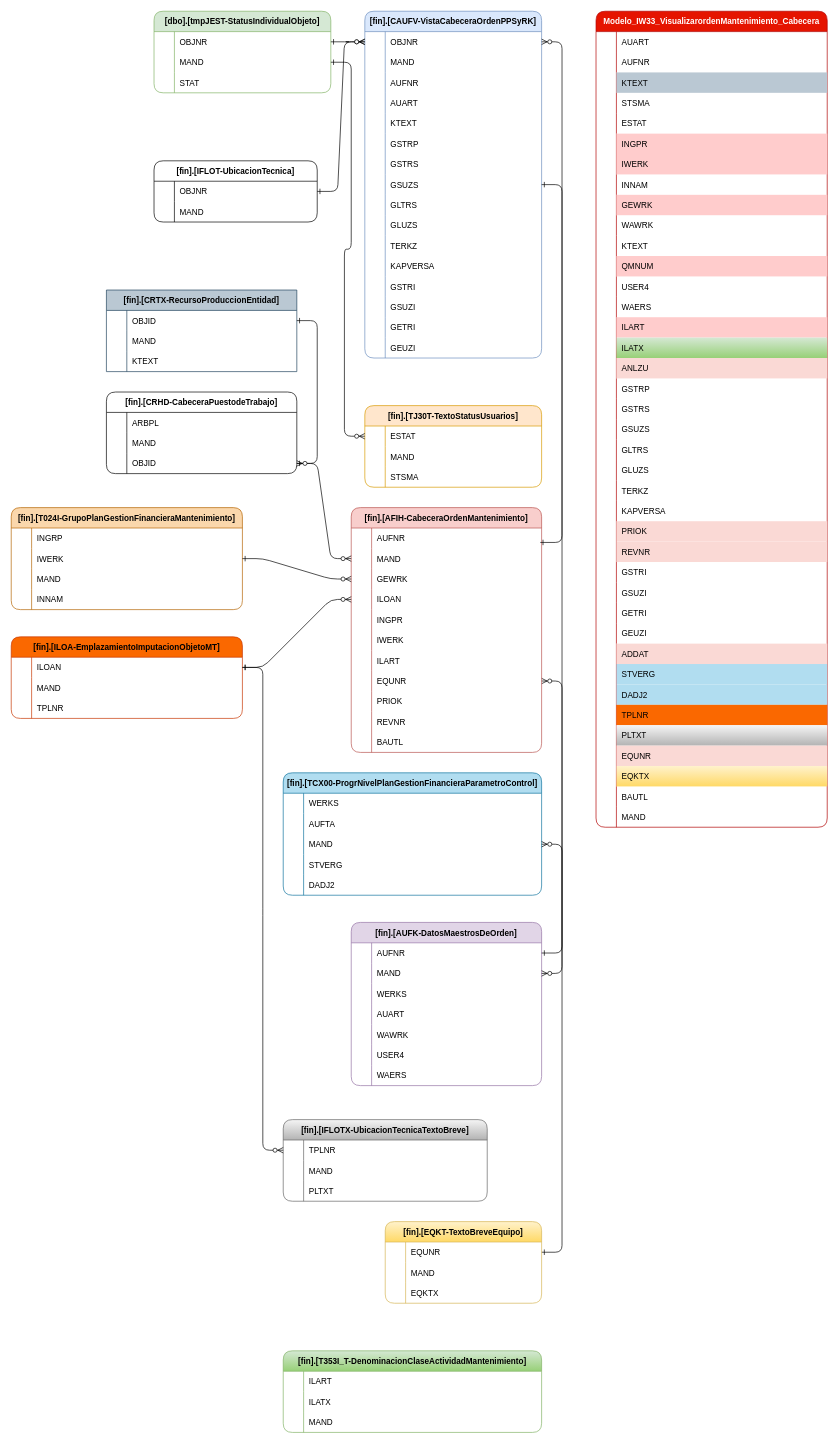
Before: IW33_Cabecera.drawio in ale230131/ale230131, a draw.io diagram. Source tidied: cells renumbered, new cells numbered last; positions are measured from the earlier drawing's top-left corner, leaving out a move shared by most shapes. Both pictures are drawn from the tidied source at 68%, with x=0, y=0 at pixel (11, 11).
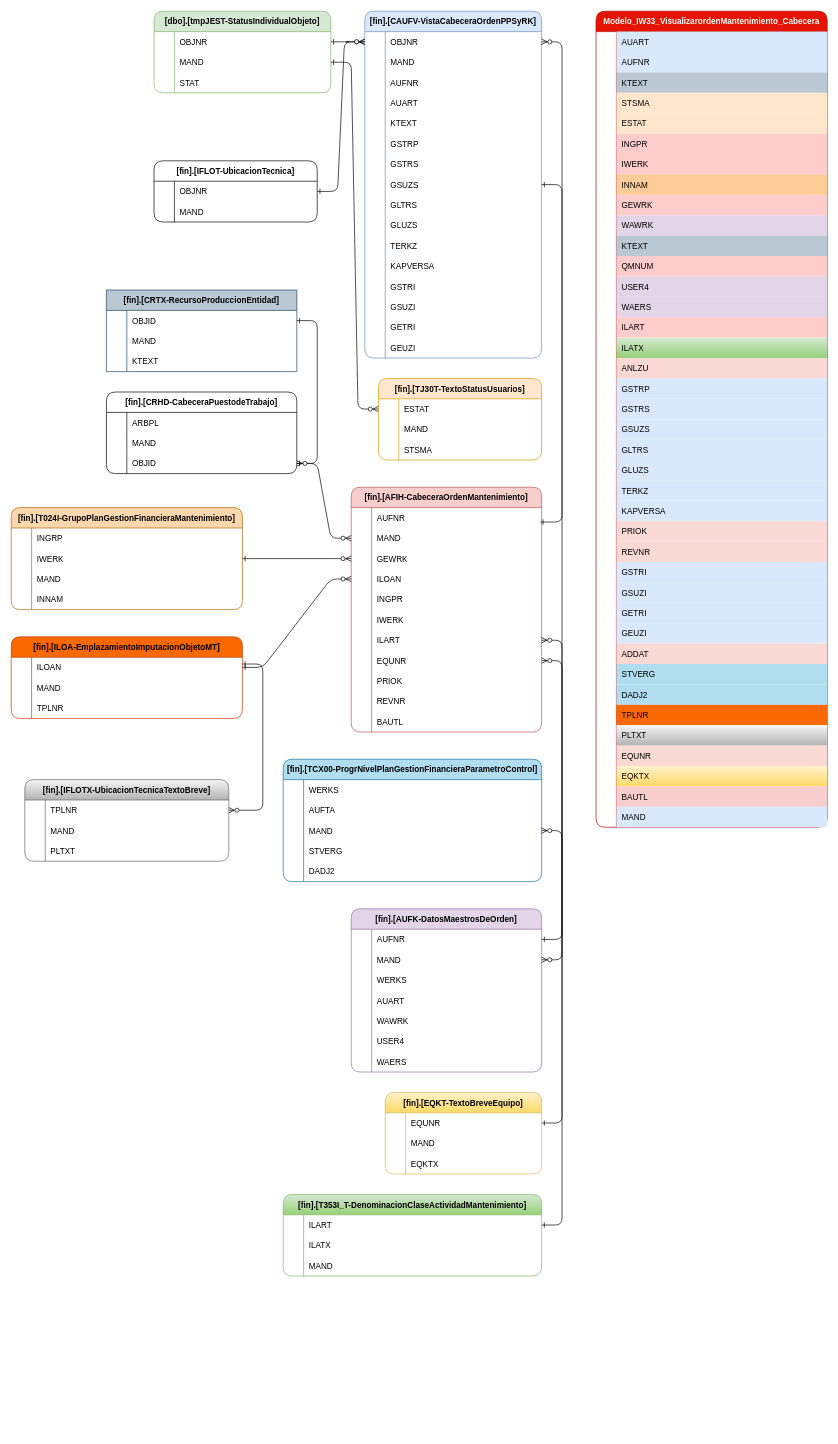
Above is the later version.

The change refers to these unchanged cells:
```xml
<mxCell id="4" style="shape=tableRow;horizontal=0;startSize=0;swimlaneHead=0;swimlaneBody=0;fillColor=none;strokeColor=inherit;top=0;left=0;right=0;bottom=0;" parent="3" vertex="1">
<mxCell id="7" style="shape=tableRow;horizontal=0;startSize=0;swimlaneHead=0;swimlaneBody=0;fillColor=none;strokeColor=inherit;top=0;left=0;right=0;bottom=0;" parent="3" vertex="1">
<mxCell id="13" style="shape=tableRow;horizontal=0;startSize=0;swimlaneHead=0;swimlaneBody=0;fillColor=none;strokeColor=inherit;top=0;left=0;right=0;bottom=0;" parent="3" vertex="1">
<mxCell id="16" style="shape=tableRow;horizontal=0;startSize=0;swimlaneHead=0;swimlaneBody=0;fillColor=none;strokeColor=inherit;top=0;left=0;right=0;bottom=0;" parent="3" vertex="1">
<mxCell id="25" style="shape=tableRow;horizontal=0;startSize=0;swimlaneHead=0;swimlaneBody=0;fillColor=none;strokeColor=inherit;top=0;left=0;right=0;bottom=0;" parent="3" vertex="1">
<mxCell id="31" style="shape=tableRow;horizontal=0;startSize=0;swimlaneHead=0;swimlaneBody=0;fillColor=none;strokeColor=inherit;top=0;left=0;right=0;bottom=0;" parent="3" vertex="1">
<mxCell id="34" style="shape=tableRow;horizontal=0;startSize=0;swimlaneHead=0;swimlaneBody=0;fillColor=none;strokeColor=inherit;top=0;left=0;right=0;bottom=0;" parent="3" vertex="1">
<mxCell id="40" style="shape=tableRow;horizontal=0;startSize=0;swimlaneHead=0;swimlaneBody=0;fillColor=none;strokeColor=inherit;top=0;left=0;right=0;bottom=0;" parent="3" vertex="1">
<mxCell id="43" style="shape=tableRow;horizontal=0;startSize=0;swimlaneHead=0;swimlaneBody=0;fillColor=none;strokeColor=inherit;top=0;left=0;right=0;bottom=0;" parent="3" vertex="1">
<mxCell id="55" style="shape=tableRow;horizontal=0;startSize=0;swimlaneHead=0;swimlaneBody=0;fillColor=none;strokeColor=inherit;top=0;left=0;right=0;bottom=0;" parent="3" vertex="1">
<mxCell id="58" style="shape=tableRow;horizontal=0;startSize=0;swimlaneHead=0;swimlaneBody=0;fillColor=none;strokeColor=inherit;top=0;left=0;right=0;bottom=0;" parent="3" vertex="1">
<mxCell id="61" style="shape=tableRow;horizontal=0;startSize=0;swimlaneHead=0;swimlaneBody=0;fillColor=none;strokeColor=inherit;top=0;left=0;right=0;bottom=0;" parent="3" vertex="1">
<mxCell id="64" style="shape=tableRow;horizontal=0;startSize=0;swimlaneHead=0;swimlaneBody=0;fillColor=none;strokeColor=inherit;top=0;left=0;right=0;bottom=0;" parent="3" vertex="1">
<mxCell id="67" style="shape=tableRow;horizontal=0;startSize=0;swimlaneHead=0;swimlaneBody=0;fillColor=none;strokeColor=inherit;top=0;left=0;right=0;bottom=0;" parent="3" vertex="1">
<mxCell id="70" style="shape=tableRow;horizontal=0;startSize=0;swimlaneHead=0;swimlaneBody=0;fillColor=none;strokeColor=inherit;top=0;left=0;right=0;bottom=0;" parent="3" vertex="1">
<mxCell id="73" style="shape=tableRow;horizontal=0;startSize=0;swimlaneHead=0;swimlaneBody=0;fillColor=none;strokeColor=inherit;top=0;left=0;right=0;bottom=0;" parent="3" vertex="1">
<mxCell id="82" style="shape=tableRow;horizontal=0;startSize=0;swimlaneHead=0;swimlaneBody=0;fillColor=none;strokeColor=inherit;top=0;left=0;right=0;bottom=0;" parent="3" vertex="1">
<mxCell id="85" style="shape=tableRow;horizontal=0;startSize=0;swimlaneHead=0;swimlaneBody=0;fillColor=none;strokeColor=inherit;top=0;left=0;right=0;bottom=0;" parent="3" vertex="1">
<mxCell id="88" style="shape=tableRow;horizontal=0;startSize=0;swimlaneHead=0;swimlaneBody=0;fillColor=none;strokeColor=inherit;top=0;left=0;right=0;bottom=0;" parent="3" vertex="1">
<mxCell id="91" style="shape=tableRow;horizontal=0;startSize=0;swimlaneHead=0;swimlaneBody=0;fillColor=none;strokeColor=inherit;top=0;left=0;right=0;bottom=0;" parent="3" vertex="1">
<mxCell id="115" style="shape=tableRow;horizontal=0;startSize=0;swimlaneHead=0;swimlaneBody=0;fillColor=none;strokeColor=inherit;top=0;left=0;right=0;bottom=0;" parent="3" vertex="1">
<mxCell id="118" style="shape=tableRow;horizontal=0;startSize=0;swimlaneHead=0;swimlaneBody=0;fillColor=none;strokeColor=inherit;top=0;left=0;right=0;bottom=0;" parent="3" vertex="1">
<mxCell id="209" style="shape=tableRow;horizontal=0;startSize=0;swimlaneHead=0;swimlaneBody=0;fillColor=none;points=[[0,0.5],[1,0.5]];portConstraint=eastwest;strokeColor=inherit;top=0;left=0;right=0;bottom=0;rounded=1;" parent="190" vertex="1">
<mxCell id="293" style="shape=tableRow;horizontal=0;startSize=0;swimlaneHead=0;swimlaneBody=0;fillColor=none;points=[[0,0.5],[1,0.5]];portConstraint=eastwest;strokeColor=inherit;top=0;left=0;right=0;bottom=0;" parent="292" vertex="1">
<mxCell id="303" style="shape=tableRow;horizontal=0;startSize=0;swimlaneHead=0;swimlaneBody=0;fillColor=none;points=[[0,0.5],[1,0.5]];portConstraint=eastwest;strokeColor=inherit;top=0;left=0;right=0;bottom=0;" parent="302" vertex="1">
<mxCell id="323" style="shape=tableRow;horizontal=0;startSize=0;swimlaneHead=0;swimlaneBody=0;fillColor=none;points=[[0,0.5],[1,0.5]];portConstraint=eastwest;strokeColor=inherit;top=0;left=0;right=0;bottom=0;" parent="322" vertex="1">
```

The edit, as a diff of the source:
```diff
@@
-    <mxCell id="6" value="AUART" style="shape=partialRectangle;overflow=hidden;fillColor=none;align=left;strokeColor=inherit;top=0;left=0;bottom=0;right=0;spacingLeft=6;" parent="4" vertex="1">
+    <mxCell id="6" value="AUART" style="shape=partialRectangle;overflow=hidden;fillColor=#dae8fc;align=left;strokeColor=#6c8ebf;top=0;left=0;bottom=0;right=0;spacingLeft=6;" parent="4" vertex="1">
       <mxGeometry x="30" width="310" height="30" as="geometry" />
     </mxCell>
@@
-    <mxCell id="9" value="AUFNR" style="shape=partialRectangle;overflow=hidden;fillColor=none;align=left;strokeColor=inherit;top=0;left=0;bottom=0;right=0;spacingLeft=6;" parent="7" vertex="1">
+    <mxCell id="9" value="AUFNR" style="shape=partialRectangle;overflow=hidden;fillColor=#dae8fc;align=left;strokeColor=#6c8ebf;top=0;left=0;bottom=0;right=0;spacingLeft=6;" parent="7" vertex="1">
       <mxGeometry x="30" width="310" height="30" as="geometry" />
     </mxCell>
@@
-    <mxCell id="15" value="STSMA" style="shape=partialRectangle;overflow=hidden;fillColor=none;align=left;strokeColor=inherit;top=0;left=0;bottom=0;right=0;spacingLeft=6;" parent="13" vertex="1">
+    <mxCell id="15" value="STSMA" style="shape=partialRectangle;overflow=hidden;fillColor=#ffe6cc;align=left;strokeColor=#d79b00;top=0;left=0;bottom=0;right=0;spacingLeft=6;" parent="13" vertex="1">
       <mxGeometry x="30" width="310" height="30" as="geometry" />
     </mxCell>
@@
-    <mxCell id="18" value="ESTAT" style="shape=partialRectangle;overflow=hidden;fillColor=none;align=left;strokeColor=inherit;top=0;left=0;bottom=0;right=0;spacingLeft=6;" parent="16" vertex="1">
+    <mxCell id="18" value="ESTAT" style="shape=partialRectangle;overflow=hidden;fillColor=#ffe6cc;align=left;strokeColor=#d79b00;top=0;left=0;bottom=0;right=0;spacingLeft=6;" parent="16" vertex="1">
       <mxGeometry x="30" width="310" height="30" as="geometry" />
     </mxCell>
@@
-    <mxCell id="27" value="INNAM" style="shape=partialRectangle;overflow=hidden;fillColor=none;align=left;strokeColor=inherit;top=0;left=0;bottom=0;right=0;spacingLeft=6;" parent="25" vertex="1">
+    <mxCell id="27" value="INNAM" style="shape=partialRectangle;overflow=hidden;fillColor=#ffcc99;align=left;strokeColor=#36393d;top=0;left=0;bottom=0;right=0;spacingLeft=6;" parent="25" vertex="1">
       <mxGeometry x="30" width="310" height="30" as="geometry" />
     </mxCell>
@@
-    <mxCell id="33" value="WAWRK" style="shape=partialRectangle;overflow=hidden;fillColor=none;align=left;strokeColor=inherit;top=0;left=0;bottom=0;right=0;spacingLeft=6;" parent="31" vertex="1">
+    <mxCell id="33" value="WAWRK" style="shape=partialRectangle;overflow=hidden;fillColor=#e1d5e7;align=left;strokeColor=#9673a6;top=0;left=0;bottom=0;right=0;spacingLeft=6;" parent="31" vertex="1">
       <mxGeometry x="30" width="310" height="30" as="geometry" />
     </mxCell>
@@
-    <mxCell id="36" value="KTEXT" style="shape=partialRectangle;overflow=hidden;fillColor=none;align=left;strokeColor=inherit;top=0;left=0;bottom=0;right=0;spacingLeft=6;" parent="34" vertex="1">
+    <mxCell id="36" value="KTEXT" style="shape=partialRectangle;overflow=hidden;fillColor=#bac8d3;align=left;strokeColor=#23445d;top=0;left=0;bottom=0;right=0;spacingLeft=6;" parent="34" vertex="1">
       <mxGeometry x="30" width="310" height="30" as="geometry" />
     </mxCell>
@@
-    <mxCell id="42" value="USER4" style="shape=partialRectangle;overflow=hidden;fillColor=none;align=left;strokeColor=inherit;top=0;left=0;bottom=0;right=0;spacingLeft=6;" parent="40" vertex="1">
+    <mxCell id="42" value="USER4" style="shape=partialRectangle;overflow=hidden;fillColor=#e1d5e7;align=left;strokeColor=#9673a6;top=0;left=0;bottom=0;right=0;spacingLeft=6;" parent="40" vertex="1">
       <mxGeometry x="30" width="310" height="30" as="geometry" />
     </mxCell>
@@
-    <mxCell id="45" value="WAERS" style="shape=partialRectangle;overflow=hidden;fillColor=none;align=left;strokeColor=inherit;top=0;left=0;bottom=0;right=0;spacingLeft=6;" parent="43" vertex="1">
+    <mxCell id="45" value="WAERS" style="shape=partialRectangle;overflow=hidden;fillColor=#e1d5e7;align=left;strokeColor=#9673a6;top=0;left=0;bottom=0;right=0;spacingLeft=6;" parent="43" vertex="1">
       <mxGeometry x="30" width="310" height="30" as="geometry" />
     </mxCell>
@@
-    <mxCell id="57" value="GSTRP" style="shape=partialRectangle;overflow=hidden;fillColor=none;align=left;strokeColor=inherit;top=0;left=0;bottom=0;right=0;spacingLeft=6;" parent="55" vertex="1">
+    <mxCell id="57" value="GSTRP" style="shape=partialRectangle;overflow=hidden;fillColor=#dae8fc;align=left;strokeColor=#6c8ebf;top=0;left=0;bottom=0;right=0;spacingLeft=6;" parent="55" vertex="1">
       <mxGeometry x="30" width="310" height="30" as="geometry" />
     </mxCell>
@@
-    <mxCell id="60" value="GSTRS" style="shape=partialRectangle;overflow=hidden;fillColor=none;align=left;strokeColor=inherit;top=0;left=0;bottom=0;right=0;spacingLeft=6;" parent="58" vertex="1">
+    <mxCell id="60" value="GSTRS" style="shape=partialRectangle;overflow=hidden;fillColor=#dae8fc;align=left;strokeColor=#6c8ebf;top=0;left=0;bottom=0;right=0;spacingLeft=6;" parent="58" vertex="1">
       <mxGeometry x="30" width="310" height="30" as="geometry" />
     </mxCell>
@@
-    <mxCell id="63" value="GSUZS" style="shape=partialRectangle;overflow=hidden;fillColor=none;align=left;strokeColor=inherit;top=0;left=0;bottom=0;right=0;spacingLeft=6;" parent="61" vertex="1">
+    <mxCell id="63" value="GSUZS" style="shape=partialRectangle;overflow=hidden;fillColor=#dae8fc;align=left;strokeColor=#6c8ebf;top=0;left=0;bottom=0;right=0;spacingLeft=6;" parent="61" vertex="1">
       <mxGeometry x="30" width="310" height="30" as="geometry" />
     </mxCell>
@@
-    <mxCell id="66" value="GLTRS" style="shape=partialRectangle;overflow=hidden;fillColor=none;align=left;strokeColor=inherit;top=0;left=0;bottom=0;right=0;spacingLeft=6;" parent="64" vertex="1">
+    <mxCell id="66" value="GLTRS" style="shape=partialRectangle;overflow=hidden;fillColor=#dae8fc;align=left;strokeColor=#6c8ebf;top=0;left=0;bottom=0;right=0;spacingLeft=6;" parent="64" vertex="1">
       <mxGeometry x="30" width="310" height="30" as="geometry" />
     </mxCell>
@@
-    <mxCell id="69" value="GLUZS" style="shape=partialRectangle;overflow=hidden;fillColor=none;align=left;strokeColor=inherit;top=0;left=0;bottom=0;right=0;spacingLeft=6;" parent="67" vertex="1">
+    <mxCell id="69" value="GLUZS" style="shape=partialRectangle;overflow=hidden;fillColor=#dae8fc;align=left;strokeColor=#6c8ebf;top=0;left=0;bottom=0;right=0;spacingLeft=6;" parent="67" vertex="1">
       <mxGeometry x="30" width="310" height="30" as="geometry" />
     </mxCell>
@@
-    <mxCell id="72" value="TERKZ" style="shape=partialRectangle;overflow=hidden;fillColor=none;align=left;strokeColor=inherit;top=0;left=0;bottom=0;right=0;spacingLeft=6;" parent="70" vertex="1">
+    <mxCell id="72" value="TERKZ" style="shape=partialRectangle;overflow=hidden;fillColor=#dae8fc;align=left;strokeColor=#6c8ebf;top=0;left=0;bottom=0;right=0;spacingLeft=6;" parent="70" vertex="1">
       <mxGeometry x="30" width="310" height="30" as="geometry" />
     </mxCell>
@@
-    <mxCell id="75" value="KAPVERSA" style="shape=partialRectangle;overflow=hidden;fillColor=none;align=left;strokeColor=inherit;top=0;left=0;bottom=0;right=0;spacingLeft=6;" parent="73" vertex="1">
+    <mxCell id="75" value="KAPVERSA" style="shape=partialRectangle;overflow=hidden;fillColor=#dae8fc;align=left;strokeColor=#6c8ebf;top=0;left=0;bottom=0;right=0;spacingLeft=6;" parent="73" vertex="1">
       <mxGeometry x="30" width="310" height="30" as="geometry" />
     </mxCell>
@@
-    <mxCell id="84" value="GSTRI" style="shape=partialRectangle;overflow=hidden;fillColor=none;align=left;strokeColor=inherit;top=0;left=0;bottom=0;right=0;spacingLeft=6;" parent="82" vertex="1">
+    <mxCell id="84" value="GSTRI" style="shape=partialRectangle;overflow=hidden;fillColor=#dae8fc;align=left;strokeColor=#6c8ebf;top=0;left=0;bottom=0;right=0;spacingLeft=6;" parent="82" vertex="1">
       <mxGeometry x="30" width="310" height="30" as="geometry" />
     </mxCell>
@@
-    <mxCell id="87" value="GSUZI" style="shape=partialRectangle;overflow=hidden;fillColor=none;align=left;strokeColor=inherit;top=0;left=0;bottom=0;right=0;spacingLeft=6;" parent="85" vertex="1">
+    <mxCell id="87" value="GSUZI" style="shape=partialRectangle;overflow=hidden;fillColor=#dae8fc;align=left;strokeColor=#6c8ebf;top=0;left=0;bottom=0;right=0;spacingLeft=6;" parent="85" vertex="1">
       <mxGeometry x="30" width="310" height="30" as="geometry" />
     </mxCell>
@@
-    <mxCell id="90" value="GETRI" style="shape=partialRectangle;overflow=hidden;fillColor=none;align=left;strokeColor=inherit;top=0;left=0;bottom=0;right=0;spacingLeft=6;" parent="88" vertex="1">
+    <mxCell id="90" value="GETRI" style="shape=partialRectangle;overflow=hidden;fillColor=#dae8fc;align=left;strokeColor=#6c8ebf;top=0;left=0;bottom=0;right=0;spacingLeft=6;" parent="88" vertex="1">
       <mxGeometry x="30" width="310" height="30" as="geometry" />
     </mxCell>
@@
-    <mxCell id="93" value="GEUZI" style="shape=partialRectangle;overflow=hidden;fillColor=none;align=left;strokeColor=inherit;top=0;left=0;bottom=0;right=0;spacingLeft=6;" parent="91" vertex="1">
+    <mxCell id="93" value="GEUZI" style="shape=partialRectangle;overflow=hidden;fillColor=#dae8fc;align=left;strokeColor=#6c8ebf;top=0;left=0;bottom=0;right=0;spacingLeft=6;" parent="91" vertex="1">
       <mxGeometry x="30" width="310" height="30" as="geometry" />
     </mxCell>
@@
-    <mxCell id="117" value="BAUTL" style="shape=partialRectangle;overflow=hidden;fillColor=none;align=left;strokeColor=inherit;top=0;left=0;bottom=0;right=0;spacingLeft=6;" parent="115" vertex="1">
+    <mxCell id="117" value="BAUTL" style="shape=partialRectangle;overflow=hidden;fillColor=#f8cecc;align=left;strokeColor=#b85450;top=0;left=0;bottom=0;right=0;spacingLeft=6;" parent="115" vertex="1">
       <mxGeometry x="30" width="310" height="30" as="geometry" />
     </mxCell>
@@
-    <mxCell id="120" value="MAND" style="shape=partialRectangle;overflow=hidden;fillColor=none;align=left;strokeColor=inherit;top=0;left=0;bottom=0;right=0;spacingLeft=6;" parent="118" vertex="1">
+    <mxCell id="120" value="MAND" style="shape=partialRectangle;overflow=hidden;fillColor=#dae8fc;align=left;strokeColor=#6c8ebf;top=0;left=0;bottom=0;right=0;spacingLeft=6;" parent="118" vertex="1">
       <mxGeometry x="30" width="310" height="30" as="geometry" />
     </mxCell>
@@
     <mxCell id="180" value="[fin].[TJ30T-TextoStatusUsuarios]" style="shape=table;startSize=30;childLayout=tableLayout;rowLines=0;fontStyle=1;align=center;rounded=1;fillColor=#ffe6cc;strokeColor=#d79b00;" parent="1" vertex="1">
-      <mxGeometry x="520" y="580" width="260" height="120" as="geometry" />
+      <mxGeometry x="540" y="540" width="240" height="120" as="geometry" />
     </mxCell>
     <mxCell id="181" style="shape=tableRow;horizontal=0;startSize=0;swimlaneHead=0;swimlaneBody=0;fillColor=none;points=[[0,0.5],[1,0.5]];portConstraint=eastwest;strokeColor=inherit;top=0;left=0;right=0;bottom=0;" parent="180" vertex="1">
-      <mxGeometry y="30" width="260" height="30" as="geometry" />
+      <mxGeometry y="30" width="240" height="30" as="geometry" />
     </mxCell>
@@
     <mxCell id="183" value="ESTAT" style="shape=partialRectangle;overflow=hidden;fillColor=none;align=left;strokeColor=inherit;top=0;left=0;bottom=0;right=0;spacingLeft=6;" parent="181" vertex="1">
-      <mxGeometry x="30" width="230" height="30" as="geometry" />
+      <mxGeometry x="30" width="210" height="30" as="geometry" />
     </mxCell>
     <mxCell id="184" style="shape=tableRow;horizontal=0;startSize=0;swimlaneHead=0;swimlaneBody=0;fillColor=none;strokeColor=inherit;top=0;left=0;right=0;bottom=0;" parent="180" vertex="1">
-      <mxGeometry y="60" width="260" height="30" as="geometry" />
+      <mxGeometry y="60" width="240" height="30" as="geometry" />
     </mxCell>
@@
     <mxCell id="186" value="MAND" style="shape=partialRectangle;overflow=hidden;fillColor=none;align=left;strokeColor=inherit;top=0;left=0;bottom=0;right=0;spacingLeft=6;" parent="184" vertex="1">
-      <mxGeometry x="30" width="230" height="30" as="geometry" />
+      <mxGeometry x="30" width="210" height="30" as="geometry" />
     </mxCell>
     <mxCell id="187" style="shape=tableRow;horizontal=0;startSize=0;swimlaneHead=0;swimlaneBody=0;fillColor=none;strokeColor=inherit;top=0;left=0;right=0;bottom=0;" parent="180" vertex="1">
-      <mxGeometry y="90" width="260" height="30" as="geometry" />
+      <mxGeometry y="90" width="240" height="30" as="geometry" />
     </mxCell>
@@
     <mxCell id="189" value="STSMA" style="shape=partialRectangle;overflow=hidden;fillColor=none;align=left;strokeColor=inherit;top=0;left=0;bottom=0;right=0;spacingLeft=6;" parent="187" vertex="1">
-      <mxGeometry x="30" width="230" height="30" as="geometry" />
+      <mxGeometry x="30" width="210" height="30" as="geometry" />
     </mxCell>
     <mxCell id="190" value="[fin].[AFIH-CabeceraOrdenMantenimiento]" style="shape=table;startSize=30;childLayout=tableLayout;rowLines=0;fontStyle=1;align=center;rounded=1;fillColor=#f8cecc;strokeColor=#b85450;" parent="1" vertex="1">
-      <mxGeometry x="500" y="730" width="280" height="360" as="geometry" />
+      <mxGeometry x="500" y="700" width="280" height="360" as="geometry" />
     </mxCell>
@@
     <mxCell id="234" value="[fin].[AUFK-DatosMaestrosDeOrden]" style="shape=table;startSize=30;childLayout=tableLayout;rowLines=0;fontStyle=1;align=center;rounded=1;fillColor=#e1d5e7;strokeColor=#9673a6;" parent="1" vertex="1">
-      <mxGeometry x="500" y="1340" width="280" height="240" as="geometry" />
+      <mxGeometry x="500" y="1320" width="280" height="240" as="geometry" />
     </mxCell>
@@
     <mxCell id="256" value="[fin].[TCX00-ProgrNivelPlanGestionFinancieraParametroControl]" style="shape=table;startSize=30;childLayout=tableLayout;rowLines=0;fontStyle=1;align=center;rounded=1;fillColor=#b1ddf0;strokeColor=#10739e;" parent="1" vertex="1">
-      <mxGeometry x="400" y="1120" width="380" height="180" as="geometry" />
+      <mxGeometry x="400" y="1100" width="380" height="180" as="geometry" />
     </mxCell>
@@
     <mxCell id="292" value="[fin].[T353I_T-DenominacionClaseActividadMantenimiento]" style="shape=table;startSize=30;childLayout=tableLayout;rowLines=0;fontStyle=1;align=center;rounded=1;fillColor=#d5e8d4;strokeColor=#82b366;gradientColor=#97d077;" parent="1" vertex="1">
-      <mxGeometry x="400" y="1970" width="380" height="120" as="geometry" />
+      <mxGeometry x="400" y="1740" width="380" height="120" as="geometry" />
     </mxCell>
@@
     <mxCell id="302" value="[fin].[IFLOTX-UbicacionTecnicaTextoBreve]" style="shape=table;startSize=30;childLayout=tableLayout;rowLines=0;fontStyle=1;align=center;rounded=1;fillColor=#f5f5f5;gradientColor=#b3b3b3;strokeColor=#666666;" parent="1" vertex="1">
-      <mxGeometry x="400" y="1630" width="300" height="120" as="geometry" />
+      <mxGeometry x="20" y="1130" width="300" height="120" as="geometry" />
     </mxCell>
@@
     <mxCell id="312" value="[fin].[EQKT-TextoBreveEquipo]" style="shape=table;startSize=30;childLayout=tableLayout;rowLines=0;fontStyle=1;align=center;rounded=1;fillColor=#fff2cc;gradientColor=#ffd966;strokeColor=#d6b656;" parent="1" vertex="1">
-      <mxGeometry x="550" y="1780" width="230" height="120" as="geometry" />
+      <mxGeometry x="550" y="1590" width="230" height="120" as="geometry" />
     </mxCell>
@@
-    <mxCell id="333" style="edgeStyle=entityRelationEdgeStyle;endArrow=ERzeroToMany;startArrow=ERone;endFill=1;startFill=0;exitX=1;exitY=0.5;exitDx=0;exitDy=0;" parent="1" edge="1" source="323" target="303">
-      <mxGeometry relative="1" as="geometry" />
+    <mxCell id="333" style="edgeStyle=entityRelationEdgeStyle;endArrow=ERzeroToMany;startArrow=ERone;endFill=1;startFill=0;" parent="1" edge="1" target="303">
+      <mxGeometry relative="1" as="geometry">
+        <mxPoint x="340" y="960" as="sourcePoint" />
+        <Array as="points">
+          <mxPoint x="370" y="1020" />
+        </Array>
+      </mxGeometry>
     </mxCell>
@@
+    <mxCell id="353" style="edgeStyle=entityRelationEdgeStyle;endArrow=ERzeroToMany;startArrow=ERone;endFill=1;startFill=0;exitX=1;exitY=0.5;exitDx=0;exitDy=0;entryX=1;entryY=0.5;entryDx=0;entryDy=0;" parent="1" edge="1" source="293" target="209">
+      <mxGeometry relative="1" as="geometry">
+        <Array as="points">
+          <mxPoint x="800" y="1230" />
+          <mxPoint x="820" y="1210" />
+        </Array>
+      </mxGeometry>
+    </mxCell>
```
